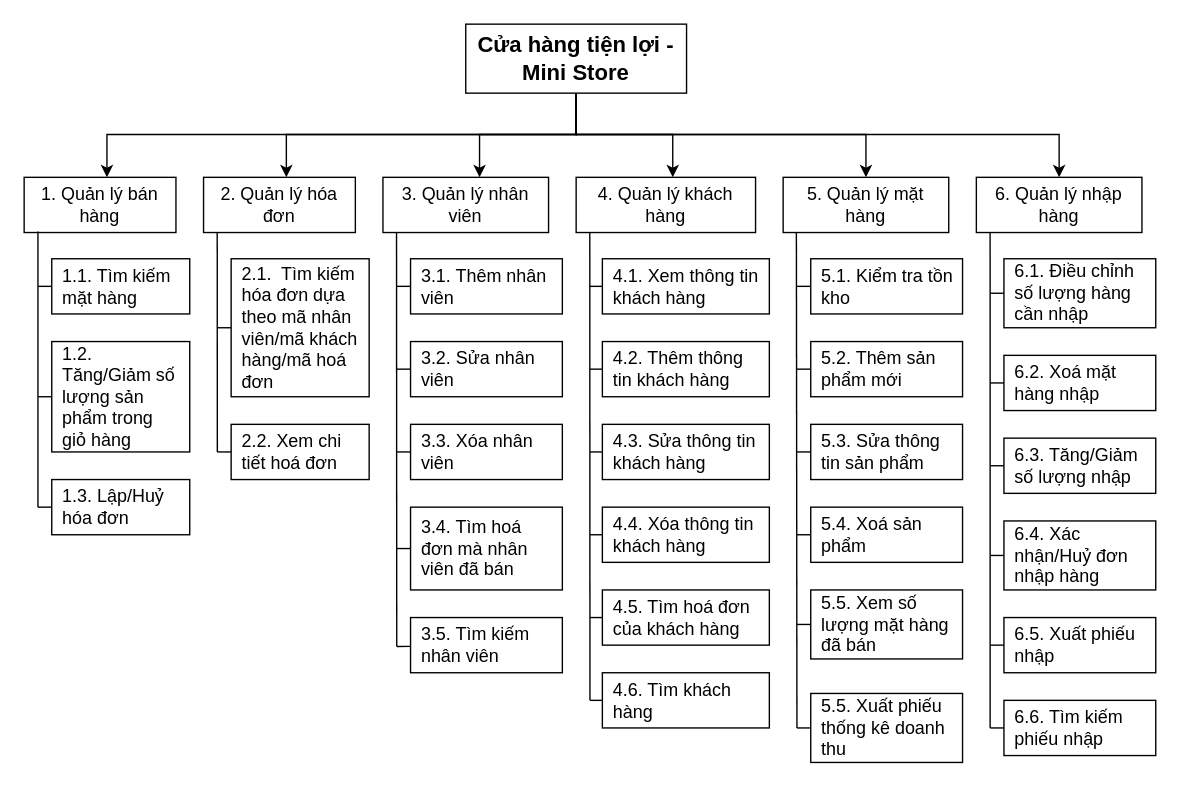
Before: page "BFD Mức 2" (2 of 5) of Document/Diagram/Sơ đồ chức năng ministore.drawio in EdgarIgnite16/HTTTDN-Project, a draw.io diagram. Source tidied: cells renumbered, new cells numbered last; positions are measured from the earlier drawing's top-left corner, leaving out a move shared by most shapes. Both pictures are drawn from the tidied source at 138%, with x=0, y=0 at pixel (23, 23).
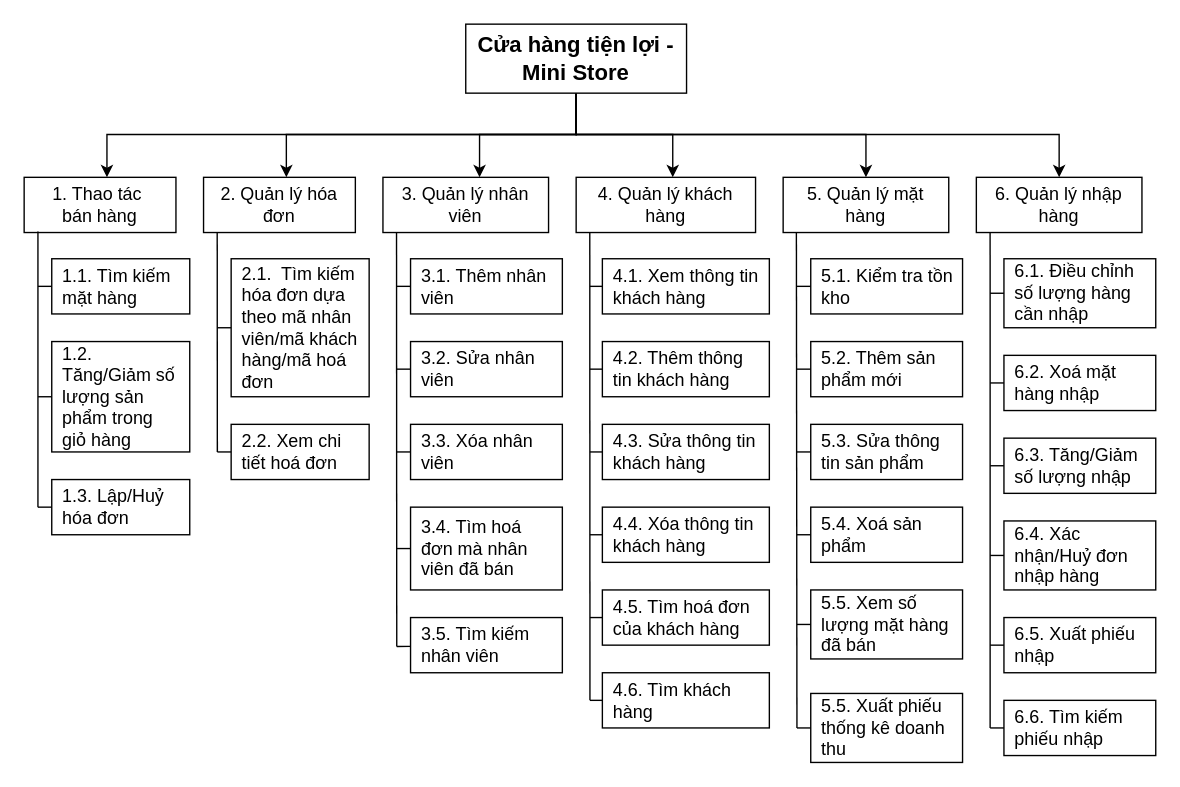
The same page after the edit.

Change to the diagram source:
```diff
@@
-    <mxCell id="9" value="1. Quản lý bán hàng" style="rounded=0;whiteSpace=wrap;html=1;fontSize=13;spacingTop=4;spacing=4;spacingRight=4;spacingBottom=4;spacingLeft=4;" parent="1" vertex="1">
+    <mxCell id="9" value="1. Thao tác&amp;nbsp;&lt;div&gt;bán hàng&lt;/div&gt;" style="rounded=0;whiteSpace=wrap;html=1;fontSize=13;spacingTop=4;spacing=4;spacingRight=4;spacingBottom=4;spacingLeft=4;" parent="1" vertex="1">
       <mxGeometry y="111" width="110" height="40" as="geometry" />
     </mxCell>
```
